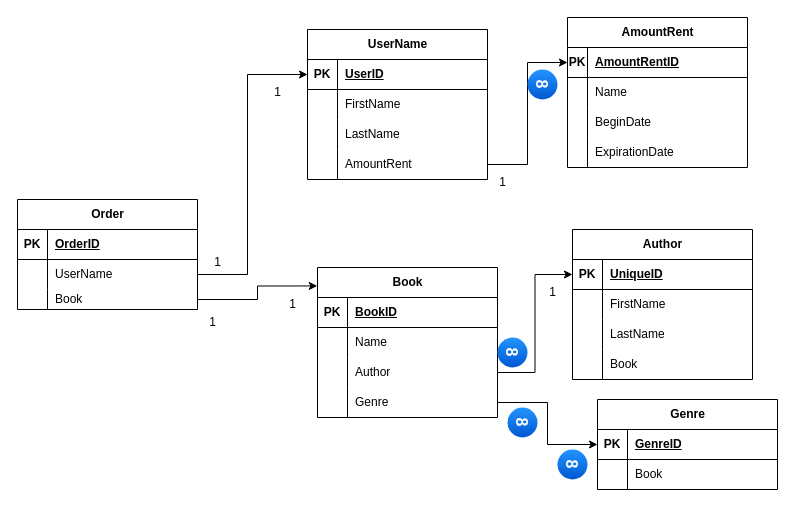
bulkhukou/redesigned-octo-broccoli keeps this draw.io diagram as ERD_bib.drawio. Above is the earlier version. Source tidied: cells renumbered, new cells numbered last; positions are measured from the earlier drawing's top-left corner, leaving out a move shared by most shapes. Both pictures are drawn from the tidied source at 100%, with x=0, y=0 at pixel (17, 17).
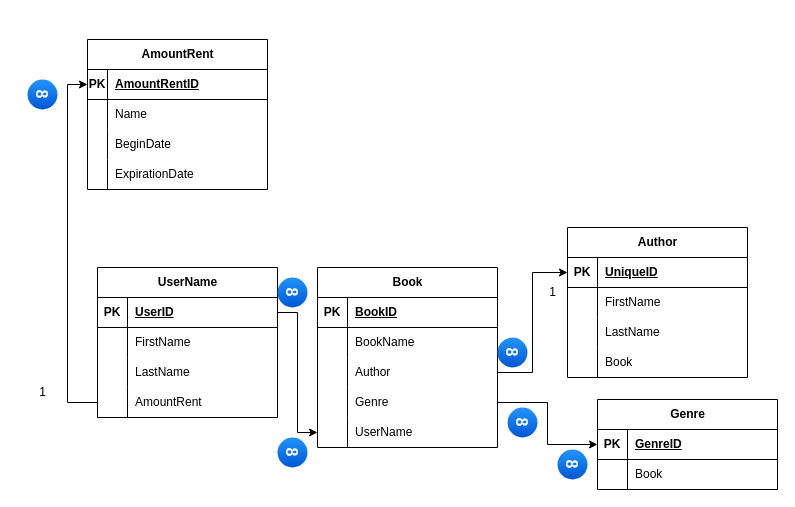
After the change.

Unchanged cells that the change refers to:
```xml
<mxCell id="26" style="shape=tableRow;horizontal=0;startSize=0;swimlaneHead=0;swimlaneBody=0;fillColor=none;points=[[0,0.5],[1,0.5]];portConstraint=eastwest;top=0;left=0;right=0;bottom=1;" parent="25" vertex="1">
  <mxGeometry y="30" width="180" height="30" as="geometry" />
</mxCell>
<mxCell id="42" style="shape=tableRow;horizontal=0;startSize=0;swimlaneHead=0;swimlaneBody=0;fillColor=none;top=0;left=0;right=0;bottom=0;" parent="38" vertex="1">
  <mxGeometry y="60" width="180" height="30" as="geometry" />
</mxCell>
```

What changed in the source:
```diff
@@
-    <mxCell id="2" value="Order" style="shape=table;startSize=30;childLayout=tableLayout;rowLines=0;fontStyle=1;align=center;html=1;" parent="1" vertex="1">
-      <mxGeometry y="182" width="180" height="110" as="geometry" />
-    </mxCell>
-    <mxCell id="3" style="shape=tableRow;horizontal=0;startSize=0;swimlaneHead=0;swimlaneBody=0;fillColor=none;top=0;left=0;right=0;bottom=1;" parent="2" vertex="1">
-      <mxGeometry y="30" width="180" height="30" as="geometry" />
-    </mxCell>
-    <mxCell id="4" value="PK" style="shape=partialRectangle;fillColor=none;top=0;left=0;bottom=0;right=0;fontStyle=1;overflow=hidden;whiteSpace=wrap;html=1;" parent="3" vertex="1">
-      <mxGeometry width="30" height="30" as="geometry" />
-    </mxCell>
-    <mxCell id="5" value="OrderID" style="shape=partialRectangle;fillColor=none;top=0;left=0;bottom=0;right=0;align=left;spacingLeft=6;fontStyle=5;overflow=hidden;whiteSpace=wrap;html=1;" parent="3" vertex="1">
-      <mxGeometry x="30" width="150" height="30" as="geometry" />
-    </mxCell>
-    <mxCell id="6" style="shape=tableRow;horizontal=0;startSize=0;swimlaneHead=0;swimlaneBody=0;fillColor=none;points=[[0,0.5],[1,0.5]];portConstraint=eastwest;top=0;left=0;right=0;bottom=0;" parent="2" vertex="1">
-      <mxGeometry y="60" width="180" height="30" as="geometry" />
-    </mxCell>
-    <mxCell id="7" style="shape=partialRectangle;fillColor=none;top=0;left=0;bottom=0;right=0;overflow=hidden;whiteSpace=wrap;html=1;" parent="6" vertex="1">
-      <mxGeometry width="30" height="30" as="geometry" />
-    </mxCell>
-    <mxCell id="8" value="UserName" style="shape=partialRectangle;fillColor=none;top=0;left=0;bottom=0;right=0;align=left;spacingLeft=6;overflow=hidden;whiteSpace=wrap;html=1;" parent="6" vertex="1">
-      <mxGeometry x="30" width="150" height="30" as="geometry" />
-    </mxCell>
-    <mxCell id="9" style="shape=tableRow;horizontal=0;startSize=0;swimlaneHead=0;swimlaneBody=0;fillColor=none;points=[[0,0.5],[1,0.5]];portConstraint=eastwest;top=0;left=0;right=0;bottom=0;" parent="2" vertex="1">
-      <mxGeometry y="90" width="180" height="20" as="geometry" />
-    </mxCell>
-    <mxCell id="10" style="shape=partialRectangle;fillColor=none;top=0;left=0;bottom=0;right=0;overflow=hidden;whiteSpace=wrap;html=1;" parent="9" vertex="1">
-      <mxGeometry width="30" height="20" as="geometry" />
-    </mxCell>
-    <mxCell id="11" value="Book" style="shape=partialRectangle;fillColor=none;top=0;left=0;bottom=0;right=0;align=left;spacingLeft=6;overflow=hidden;whiteSpace=wrap;html=1;" parent="9" vertex="1">
-      <mxGeometry x="30" width="150" height="20" as="geometry" />
-    </mxCell>
     <mxCell id="12" value="AmountRent" style="shape=table;startSize=30;childLayout=tableLayout;rowLines=0;fontStyle=1;align=center;html=1;" parent="1" vertex="1">
-      <mxGeometry x="550" width="180" height="150" as="geometry" />
+      <mxGeometry x="70" y="22" width="180" height="150" as="geometry" />
     </mxCell>
@@
     <mxCell id="25" value="UserName" style="shape=table;startSize=30;childLayout=tableLayout;rowLines=0;fontStyle=1;align=center;html=1;" parent="1" vertex="1">
-      <mxGeometry x="290" y="12" width="180" height="150" as="geometry" />
+      <mxGeometry x="80" y="250" width="180" height="150" as="geometry" />
     </mxCell>
@@
-    <mxCell id="38" value="Book" style="shape=table;startSize=30;childLayout=tableLayout;rowLines=0;fontStyle=1;align=center;html=1;" parent="1" vertex="1">
-      <mxGeometry x="300" y="250" width="180" height="150" as="geometry" />
+    <mxCell id="38" value="Book" style="shape=table;startSize=30;childLayout=tableLayout;rowLines=0;fontStyle=1;align=center;html=1;arcSize=15;" parent="1" vertex="1">
+      <mxGeometry x="300" y="250" width="180" height="180" as="geometry" />
     </mxCell>
@@
-    <mxCell id="44" value="Name" style="shape=partialRectangle;fillColor=none;top=0;left=0;bottom=0;right=0;align=left;spacingLeft=6;overflow=hidden;whiteSpace=wrap;html=1;" parent="42" vertex="1">
+    <mxCell id="44" value="BookName" style="shape=partialRectangle;fillColor=none;top=0;left=0;bottom=0;right=0;align=left;spacingLeft=6;overflow=hidden;whiteSpace=wrap;html=1;" parent="42" vertex="1">
       <mxGeometry x="30" width="150" height="30" as="geometry" />
     </mxCell>
@@
-    <mxCell id="51" style="edgeStyle=orthogonalEdgeStyle;rounded=0;jettySize=auto;html=1;entryX=-0.001;entryY=0.123;entryDx=0;entryDy=0;entryPerimeter=0;" parent="1" edge="1" source="9" target="38">
-      <mxGeometry relative="1" as="geometry" />
-    </mxCell>
-    <mxCell id="52" value="1" style="text;html=1;align=center;verticalAlign=middle;strokeColor=none;fillColor=none;" parent="1" vertex="1">
-      <mxGeometry x="180" y="290" width="30" height="30" as="geometry" />
-    </mxCell>
-    <mxCell id="53" value="1" style="text;html=1;align=center;verticalAlign=middle;strokeColor=none;fillColor=none;" parent="1" vertex="1">
-      <mxGeometry x="260" y="272" width="30" height="30" as="geometry" />
-    </mxCell>
+    <mxCell id="86" style="shape=tableRow;horizontal=0;startSize=0;swimlaneHead=0;swimlaneBody=0;fillColor=none;points=[[0,0.5],[1,0.5]];portConstraint=eastwest;top=0;left=0;right=0;bottom=0;" parent="38" vertex="1">
+      <mxGeometry y="150" width="180" height="30" as="geometry" />
+    </mxCell>
+    <mxCell id="7" style="shape=partialRectangle;fillColor=none;top=0;left=0;bottom=0;right=0;overflow=hidden;whiteSpace=wrap;html=1;" parent="86" vertex="1">
+      <mxGeometry width="30" height="30" as="geometry" />
+    </mxCell>
+    <mxCell id="8" value="UserName" style="shape=partialRectangle;fillColor=none;top=0;left=0;bottom=0;right=0;align=left;spacingLeft=6;overflow=hidden;whiteSpace=wrap;html=1;" parent="86" vertex="1">
+      <mxGeometry x="30" width="150" height="30" as="geometry" />
+    </mxCell>
     <mxCell id="54" value="Author" style="shape=table;startSize=30;childLayout=tableLayout;rowLines=0;fontStyle=1;align=center;html=1;" parent="1" vertex="1">
-      <mxGeometry x="555" y="212" width="180" height="150" as="geometry" />
+      <mxGeometry x="550" y="210" width="180" height="150" as="geometry" />
     </mxCell>
@@
-    <mxCell id="80" style="edgeStyle=orthogonalEdgeStyle;rounded=0;jettySize=auto;html=1;entryX=0;entryY=0.5;entryDx=0;entryDy=0;" parent="1" edge="1" source="6" target="26">
-      <mxGeometry relative="1" as="geometry">
-        <Array as="points">
-          <mxPoint x="230" y="257" />
-          <mxPoint x="230" y="57" />
-        </Array>
-      </mxGeometry>
-    </mxCell>
-    <mxCell id="81" value="1" style="text;html=1;align=center;verticalAlign=middle;strokeColor=none;fillColor=none;" parent="1" vertex="1">
-      <mxGeometry x="185" y="230" width="30" height="30" as="geometry" />
-    </mxCell>
-    <mxCell id="82" value="1" style="text;html=1;align=center;verticalAlign=middle;strokeColor=none;fillColor=none;" parent="1" vertex="1">
-      <mxGeometry x="245" y="60" width="30" height="30" as="geometry" />
-    </mxCell>
@@
     <mxCell id="84" value="1" style="text;html=1;align=center;verticalAlign=middle;strokeColor=none;fillColor=none;" parent="1" vertex="1">
-      <mxGeometry x="470" y="150" width="30" height="30" as="geometry" />
+      <mxGeometry x="10" y="360" width="30" height="30" as="geometry" />
     </mxCell>
     <mxCell id="85" value="8" style="ellipse;whiteSpace=wrap;html=1;rotation=90;gradientColor=#0057D2;strokeColor=none;gradientDirection=east;fillColor=#2395FF;rounded=0;fontFamily=Helvetica;fontSize=16;fontColor=#FFFFFF;spacingTop=4;spacingBottom=4;spacingLeft=4;spacingRight=4;fontStyle=1;" parent="1" vertex="1">
-      <mxGeometry x="510" y="52" width="30" height="30" as="geometry" />
+      <mxGeometry x="10" y="62" width="30" height="30" as="geometry" />
     </mxCell>
+    <mxCell id="87" style="edgeStyle=orthogonalEdgeStyle;rounded=0;jettySize=auto;html=1;entryX=0;entryY=0.5;entryDx=0;entryDy=0;" parent="1" edge="1" source="26" target="86">
+      <mxGeometry relative="1" as="geometry" />
+    </mxCell>
+    <mxCell id="88" value="8" style="ellipse;whiteSpace=wrap;html=1;rotation=90;gradientColor=#0057D2;strokeColor=none;gradientDirection=east;fillColor=#2395FF;rounded=0;fontFamily=Helvetica;fontSize=16;fontColor=#FFFFFF;spacingTop=4;spacingBottom=4;spacingLeft=4;spacingRight=4;fontStyle=1;" parent="1" vertex="1">
+      <mxGeometry x="260" y="260" width="30" height="30" as="geometry" />
+    </mxCell>
+    <mxCell id="89" value="8" style="ellipse;whiteSpace=wrap;html=1;rotation=90;gradientColor=#0057D2;strokeColor=none;gradientDirection=east;fillColor=#2395FF;rounded=0;fontFamily=Helvetica;fontSize=16;fontColor=#FFFFFF;spacingTop=4;spacingBottom=4;spacingLeft=4;spacingRight=4;fontStyle=1;" parent="1" vertex="1">
+      <mxGeometry x="260" y="420" width="30" height="30" as="geometry" />
+    </mxCell>
```
